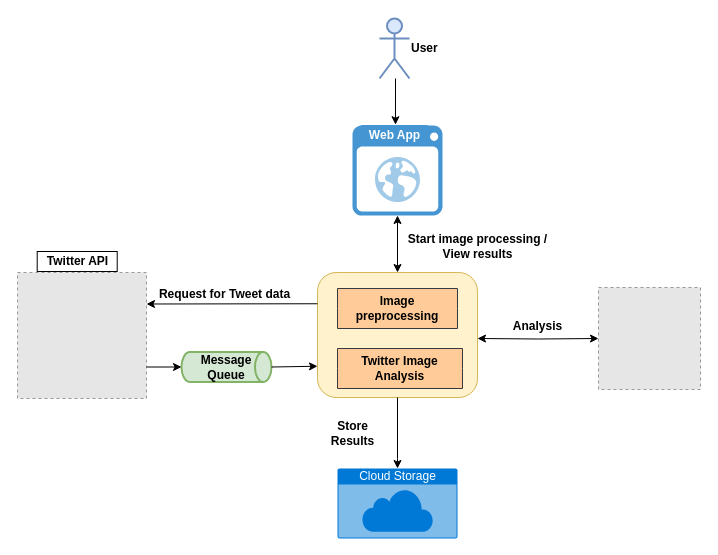
The draw.io diagram Documents/EAI-imageprocessing-simplified.drawio in FilipeCapela98/EAI_Project, before the edit. Source tidied: cells renumbered, new cells numbered last; positions are measured from the earlier drawing's top-left corner, leaving out a move shared by most shapes. Both pictures are drawn from the tidied source at 100%, with x=0, y=0 at pixel (17, 18). Pictures stored in the file or linked from it are replaced by grey dashed boxes.
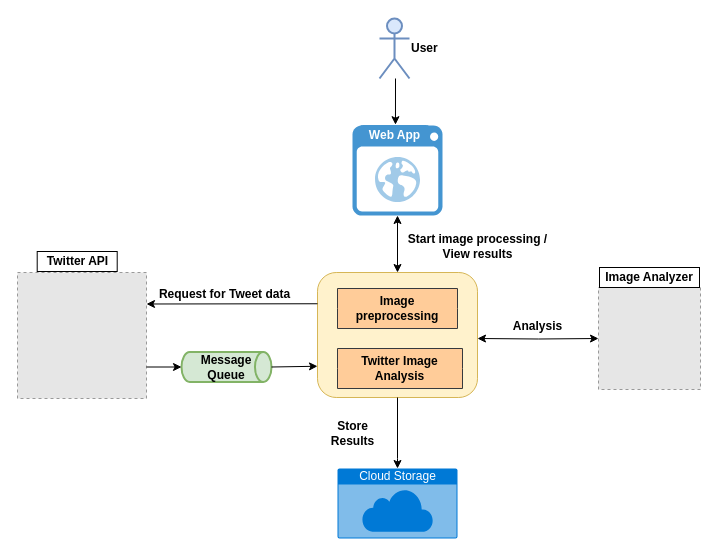
The same diagram, later.

Commit message:
Image Analyzer label

Diff of the diagram source:
```diff
@@
+    <mxCell id="24" value="Image Analyzer" style="text;html=1;fillColor=none;align=center;verticalAlign=middle;whiteSpace=wrap;rounded=0;strokeColor=#000000;fontStyle=1;" parent="1" vertex="1">
+      <mxGeometry x="582" y="249" width="100" height="20" as="geometry" />
+    </mxCell>
```
